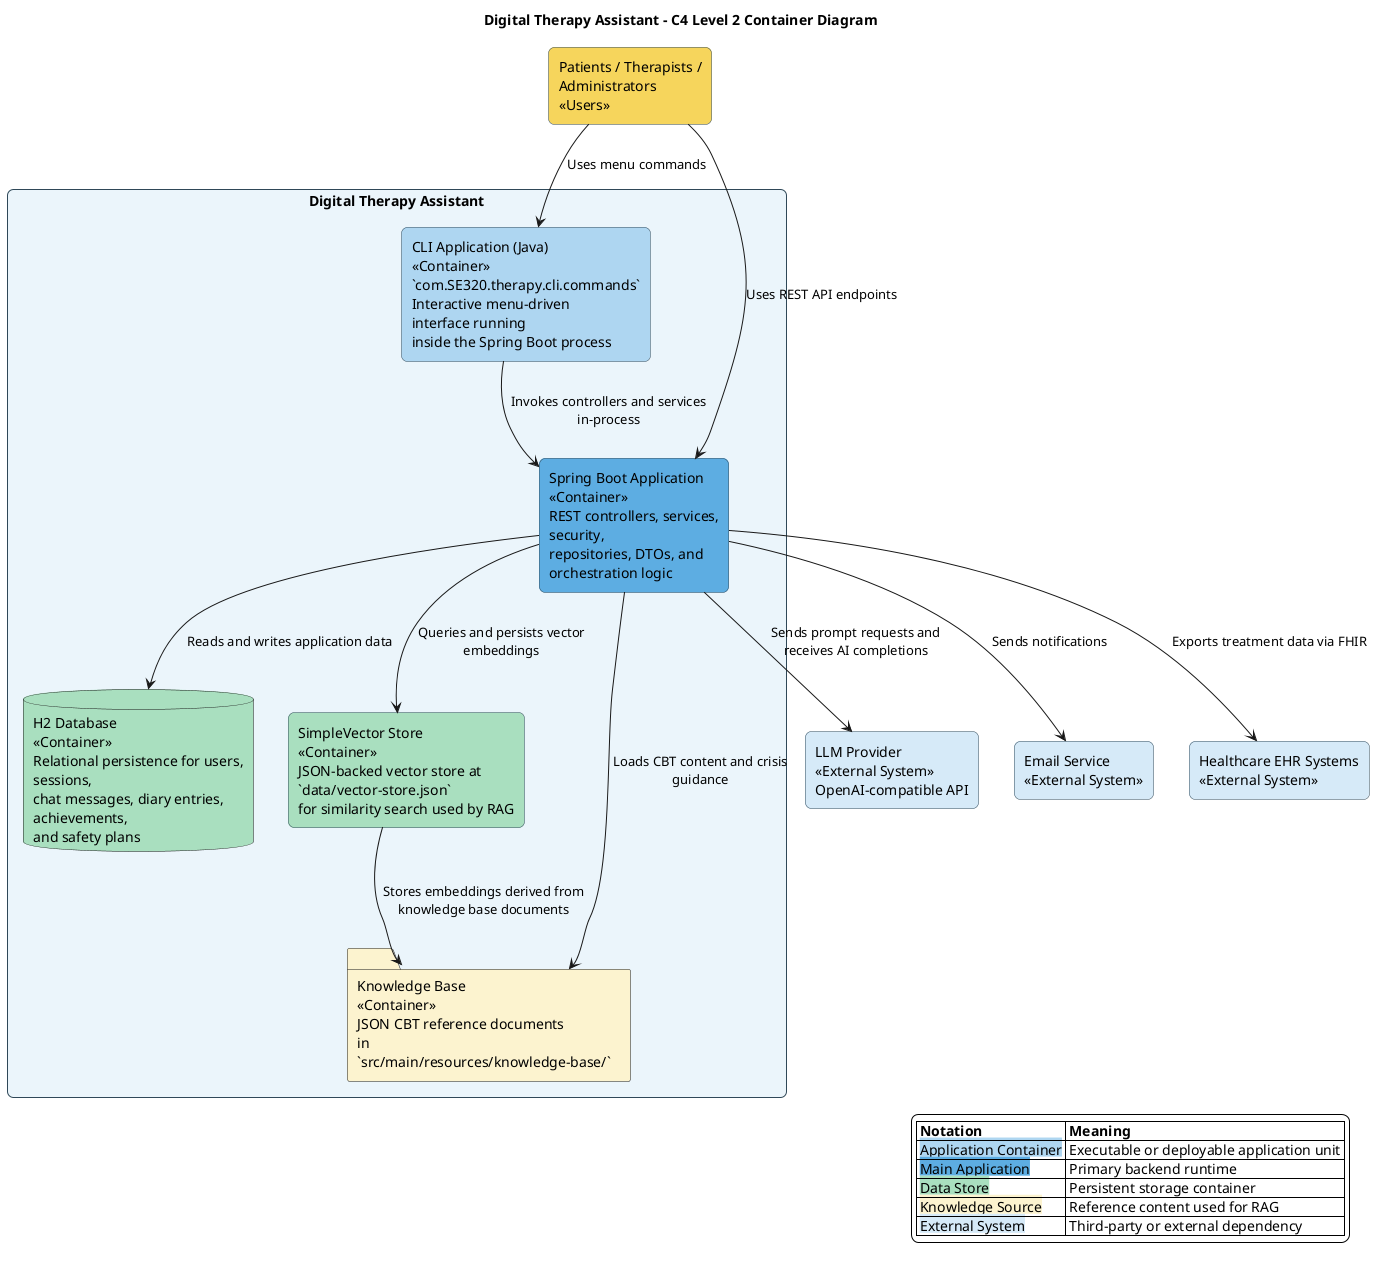
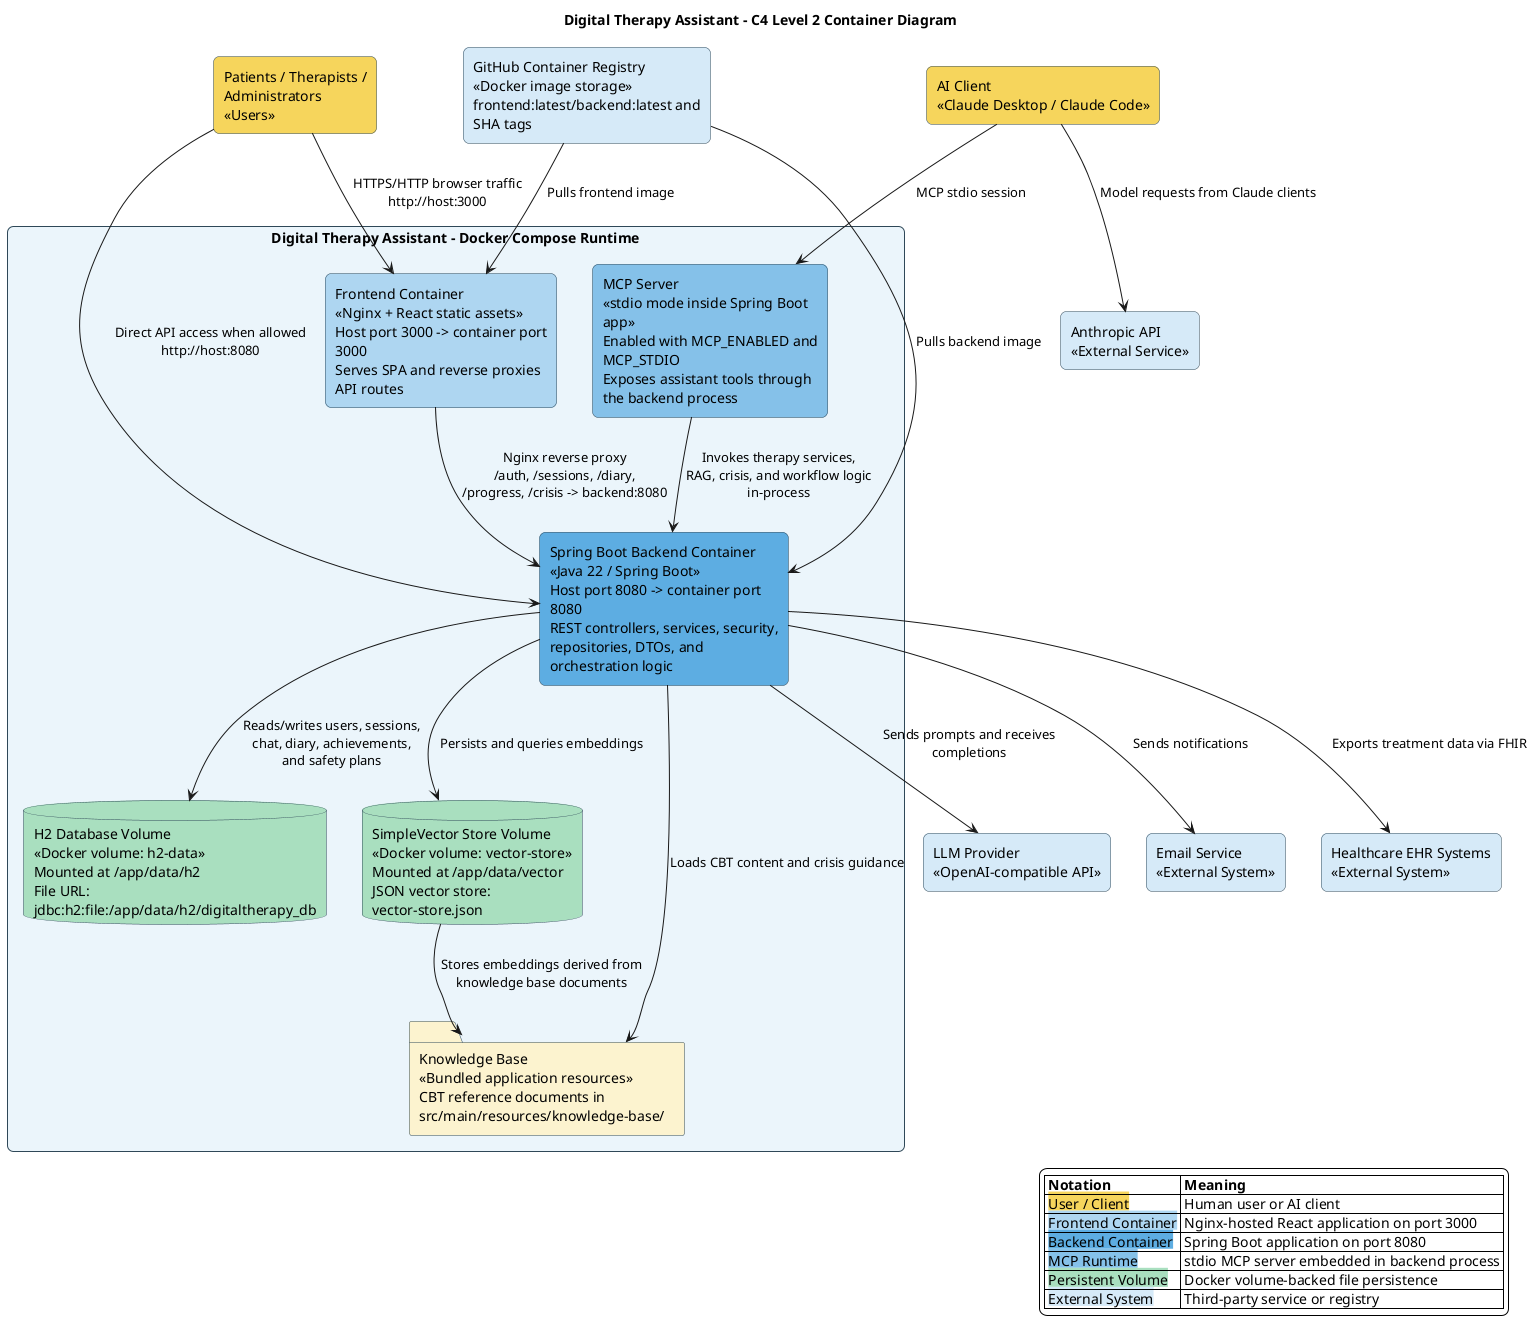
@startuml c4-container
title Digital Therapy Assistant - C4 Level 2 Container Diagram

skinparam shadowing false
skinparam backgroundColor white
skinparam defaultFontName Arial
skinparam packageStyle rectangle
- skinparam wrapWidth 220
- skinparam maxMessageSize 220
+ skinparam wrapWidth 230
+ skinparam maxMessageSize 240
skinparam rectangle {
  RoundCorner 12
  BorderColor #2F4858
}
+ skinparam database {
+   BorderColor #2F4858
+ }
+ skinparam folder {
+   BorderColor #2F4858
+ }

rectangle "Patients / Therapists / Administrators\n<<Users>>" as users #F6D55C
+ rectangle "AI Client\n<<Claude Desktop / Claude Code>>" as ai_client #F6D55C

- rectangle "Digital Therapy Assistant" as boundary #EBF5FB {
-   rectangle "CLI Application (Java)\n<<Container>>\n`com.SE320.therapy.cli.commands`\nInteractive menu-driven interface running\ninside the Spring Boot process" as cli #AED6F1
+ rectangle "Digital Therapy Assistant - Docker Compose Runtime" as boundary #EBF5FB {
+   rectangle "Frontend Container\n<<Nginx + React static assets>>\nHost port 3000 -> container port 3000\nServes SPA and reverse proxies API routes" as frontend #AED6F1

-   rectangle "Spring Boot Application\n<<Container>>\nREST controllers, services, security,\nrepositories, DTOs, and orchestration logic" as app #5DADE2
+   rectangle "Spring Boot Backend Container\n<<Java 22 / Spring Boot>>\nHost port 8080 -> container port 8080\nREST controllers, services, security,\nrepositories, DTOs, and orchestration logic" as backend #5DADE2

-   database "H2 Database\n<<Container>>\nRelational persistence for users, sessions,\nchat messages, diary entries, achievements,\nand safety plans" as db #A9DFBF
+   rectangle "MCP Server\n<<stdio mode inside Spring Boot app>>\nEnabled with MCP_ENABLED and MCP_STDIO\nExposes assistant tools through the backend process" as mcp #85C1E9

-   rectangle "SimpleVector Store\n<<Container>>\nJSON-backed vector store at `data/vector-store.json`\nfor similarity search used by RAG" as vector #A9DFBF
+   database "H2 Database Volume\n<<Docker volume: h2-data>>\nMounted at /app/data/h2\nFile URL: jdbc:h2:file:/app/data/h2/digitaltherapy_db" as db #A9DFBF

-   folder "Knowledge Base\n<<Container>>\nJSON CBT reference documents in\n`src/main/resources/knowledge-base/`" as kb #FCF3CF
+   database "SimpleVector Store Volume\n<<Docker volume: vector-store>>\nMounted at /app/data/vector\nJSON vector store: vector-store.json" as vector #A9DFBF
+ 
+   folder "Knowledge Base\n<<Bundled application resources>>\nCBT reference documents in\nsrc/main/resources/knowledge-base/" as kb #FCF3CF
}

- rectangle "LLM Provider\n<<External System>>\nOpenAI-compatible API" as llm #D6EAF8
+ rectangle "GitHub Container Registry\n<<Docker image storage>>\nfrontend:latest/backend:latest and SHA tags" as ghcr #D6EAF8
+ rectangle "Anthropic API\n<<External Service>>" as anthropic #D6EAF8
+ rectangle "LLM Provider\n<<OpenAI-compatible API>>" as llm #D6EAF8
rectangle "Email Service\n<<External System>>" as email #D6EAF8
rectangle "Healthcare EHR Systems\n<<External System>>" as ehr #D6EAF8

- users --> cli : Uses menu commands
- users --> app : Uses REST API endpoints
- cli --> app : Invokes controllers and services in-process
- app --> db : Reads and writes application data
- app --> vector : Queries and persists vector embeddings
- app --> kb : Loads CBT content and crisis guidance
- app --> llm : Sends prompt requests and receives AI completions
- app --> email : Sends notifications
- app --> ehr : Exports treatment data via FHIR
+ users --> frontend : HTTPS/HTTP browser traffic\nhttp://host:3000
+ users --> backend : Direct API access when allowed\nhttp://host:8080
+ frontend --> backend : Nginx reverse proxy\n/auth, /sessions, /diary,\n/progress, /crisis -> backend:8080
+ ai_client --> mcp : MCP stdio session
+ mcp --> backend : Invokes therapy services,\nRAG, crisis, and workflow logic\nin-process
+ ai_client --> anthropic : Model requests from Claude clients
+ 
+ backend --> db : Reads/writes users, sessions,\nchat, diary, achievements,\nand safety plans
+ backend --> vector : Persists and queries embeddings
+ backend --> kb : Loads CBT content and crisis guidance
+ backend --> llm : Sends prompts and receives completions
+ backend --> email : Sends notifications
+ backend --> ehr : Exports treatment data via FHIR
vector --> kb : Stores embeddings derived from\nknowledge base documents
+ ghcr --> frontend : Pulls frontend image
+ ghcr --> backend : Pulls backend image

legend right
|= Notation |= Meaning |
- | <back:#AED6F1>Application Container</back> | Executable or deployable application unit |
- | <back:#5DADE2>Main Application</back> | Primary backend runtime |
- | <back:#A9DFBF>Data Store</back> | Persistent storage container |
- | <back:#FCF3CF>Knowledge Source</back> | Reference content used for RAG |
- | <back:#D6EAF8>External System</back> | Third-party or external dependency |
+ | <back:#F6D55C>User / Client</back> | Human user or AI client |
+ | <back:#AED6F1>Frontend Container</back> | Nginx-hosted React application on port 3000 |
+ | <back:#5DADE2>Backend Container</back> | Spring Boot application on port 8080 |
+ | <back:#85C1E9>MCP Runtime</back> | stdio MCP server embedded in backend process |
+ | <back:#A9DFBF>Persistent Volume</back> | Docker volume-backed file persistence |
+ | <back:#D6EAF8>External System</back> | Third-party service or registry |
endlegend

@enduml
